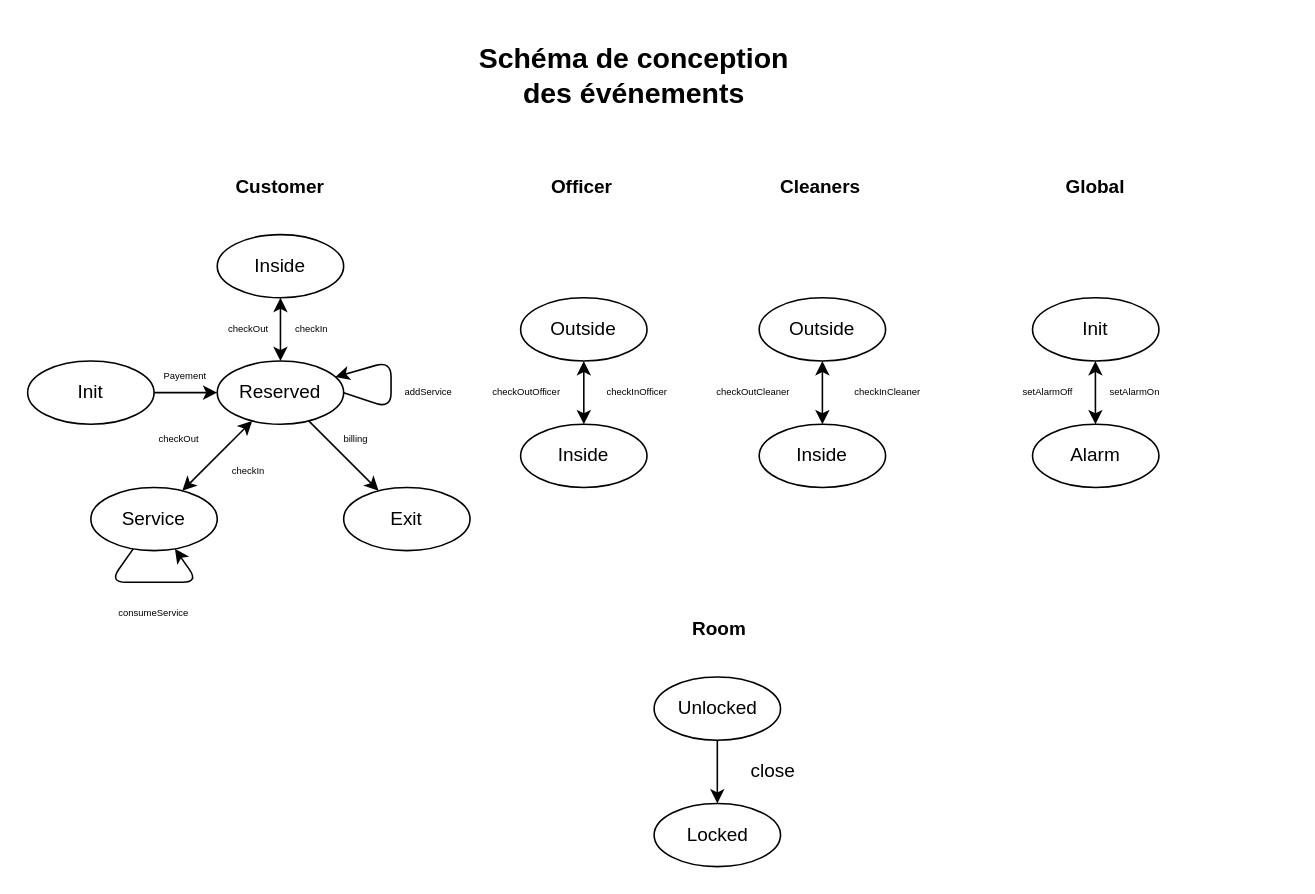
Above: doc/conception/events.drawio in Reynault/MOSOS-Subject-3 (draw.io), before the change. Source tidied: cells renumbered, new cells numbered last; positions are measured from the earlier drawing's top-left corner, leaving out a move shared by most shapes. Both pictures are drawn from the tidied source at 158%, with x=0, y=0 at pixel (27, 60).
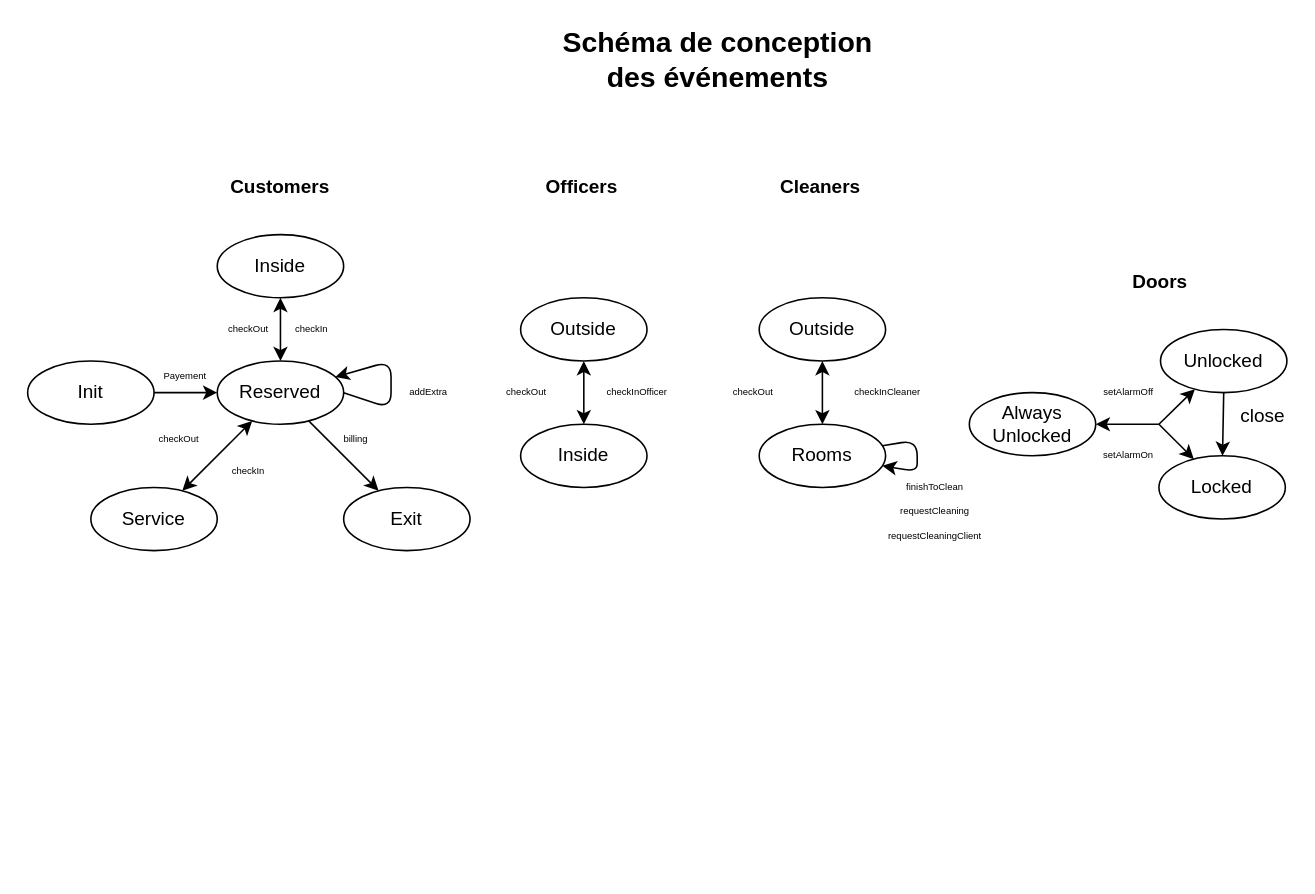
The same diagram, later.

The change refers to these unchanged cells:
```xml
<mxCell id="11" value="Service" style="ellipse;whiteSpace=wrap;html=1;" parent="1" vertex="1">
  <mxGeometry x="40" y="270" width="80" height="40" as="geometry" />
</mxCell>
<mxCell id="31" value="Outside" style="ellipse;whiteSpace=wrap;html=1;" parent="1" vertex="1">
  <mxGeometry x="463" y="150" width="80" height="40" as="geometry" />
</mxCell>
```

Change to the diagram source:
```diff
@@
     <mxCell id="3" value="Schéma de conception des événements" style="text;html=1;strokeColor=none;fillColor=none;align=center;verticalAlign=middle;whiteSpace=wrap;rounded=0;fontSize=18;fontStyle=1;" parent="1" vertex="1">
-      <mxGeometry x="274" width="220" height="20" as="geometry" />
+      <mxGeometry x="327" y="-10" width="220" height="20" as="geometry" />
     </mxCell>
@@
-    <mxCell id="15" style="endArrow=classic;html=1;fontSize=18;" parent="1" edge="1" source="11" target="11">
-      <mxGeometry relative="1" as="geometry">
-        <Array as="points">
-          <mxPoint x="52" y="330" />
-          <mxPoint x="108" y="330" />
-        </Array>
-      </mxGeometry>
-    </mxCell>
-    <mxCell id="16" value="&lt;font style=&quot;font-size: 6px;&quot;&gt;consumeService&lt;/font&gt;" style="text;html=1;strokeColor=none;fillColor=none;align=center;verticalAlign=middle;whiteSpace=wrap;rounded=0;fontSize=6;" parent="1" vertex="1">
-      <mxGeometry x="56" y="340" width="48" height="20" as="geometry" />
-    </mxCell>
@@
-    <mxCell id="21" value="addService" style="text;html=1;strokeColor=none;fillColor=none;align=center;verticalAlign=middle;whiteSpace=wrap;rounded=0;fontSize=6;" parent="1" vertex="1">
+    <mxCell id="21" value="addExtra" style="text;html=1;strokeColor=none;fillColor=none;align=center;verticalAlign=middle;whiteSpace=wrap;rounded=0;fontSize=6;" parent="1" vertex="1">
       <mxGeometry x="234" y="200" width="40" height="20" as="geometry" />
     </mxCell>
-    <mxCell id="22" value="&lt;font style=&quot;font-size: 12px&quot;&gt;&lt;b&gt;Customer&lt;/b&gt;&lt;/font&gt;" style="text;html=1;strokeColor=none;fillColor=none;align=center;verticalAlign=middle;whiteSpace=wrap;rounded=0;fontSize=6;" parent="1" vertex="1">
+    <mxCell id="22" value="&lt;font style=&quot;font-size: 12px&quot;&gt;&lt;b&gt;Customers&lt;/b&gt;&lt;/font&gt;" style="text;html=1;strokeColor=none;fillColor=none;align=center;verticalAlign=middle;whiteSpace=wrap;rounded=0;fontSize=6;" parent="1" vertex="1">
       <mxGeometry x="120" y="70" width="80" height="20" as="geometry" />
     </mxCell>
-    <mxCell id="23" value="&lt;font style=&quot;font-size: 12px&quot;&gt;&lt;b&gt;Officer&lt;/b&gt;&lt;/font&gt;" style="text;html=1;strokeColor=none;fillColor=none;align=center;verticalAlign=middle;whiteSpace=wrap;rounded=0;fontSize=6;" parent="1" vertex="1">
+    <mxCell id="23" value="&lt;font style=&quot;font-size: 12px&quot;&gt;&lt;b&gt;Officers&lt;/b&gt;&lt;/font&gt;" style="text;html=1;strokeColor=none;fillColor=none;align=center;verticalAlign=middle;whiteSpace=wrap;rounded=0;fontSize=6;" parent="1" vertex="1">
       <mxGeometry x="326" y="70" width="50" height="20" as="geometry" />
     </mxCell>
@@
-    <mxCell id="25" value="&lt;font style=&quot;font-size: 12px&quot;&gt;&lt;b&gt;Global&lt;/b&gt;&lt;/font&gt;" style="text;html=1;strokeColor=none;fillColor=none;align=center;verticalAlign=middle;whiteSpace=wrap;rounded=0;fontSize=6;" parent="1" vertex="1">
-      <mxGeometry x="636" y="70" width="80" height="20" as="geometry" />
-    </mxCell>
@@
-    <mxCell id="30" value="&lt;font style=&quot;font-size: 6px&quot;&gt;checkOutOfficer&lt;/font&gt;" style="text;html=1;strokeColor=none;fillColor=none;align=center;verticalAlign=middle;whiteSpace=wrap;rounded=0;fontSize=6;" parent="1" vertex="1">
+    <mxCell id="30" value="&lt;font style=&quot;font-size: 6px&quot;&gt;checkOut&lt;/font&gt;" style="text;html=1;strokeColor=none;fillColor=none;align=center;verticalAlign=middle;whiteSpace=wrap;rounded=0;fontSize=6;" parent="1" vertex="1">
       <mxGeometry x="296" y="200" width="40" height="20" as="geometry" />
     </mxCell>
@@
-    <mxCell id="32" value="Inside" style="ellipse;whiteSpace=wrap;html=1;" parent="1" vertex="1">
+    <mxCell id="32" value="Rooms" style="ellipse;whiteSpace=wrap;html=1;" parent="1" vertex="1">
       <mxGeometry x="463" y="230" width="80" height="40" as="geometry" />
     </mxCell>
-    <mxCell id="33" style="endArrow=classic;html=1;fontSize=18;startArrow=classic;startFill=1;" parent="1" edge="1" source="31" target="32">
+    <mxCell id="33" style="endArrow=classic;html=1;fontSize=18;startArrow=classic;startFill=1;fontStyle=1;" parent="1" edge="1" source="31" target="32">
       <mxGeometry relative="1" as="geometry" />
     </mxCell>
@@
-    <mxCell id="35" value="&lt;font style=&quot;font-size: 6px&quot;&gt;checkOutCleaner&lt;/font&gt;" style="text;html=1;strokeColor=none;fillColor=none;align=center;verticalAlign=middle;whiteSpace=wrap;rounded=0;fontSize=6;" parent="1" vertex="1">
+    <mxCell id="35" value="&lt;font style=&quot;font-size: 6px&quot;&gt;checkOut&lt;/font&gt;" style="text;html=1;strokeColor=none;fillColor=none;align=center;verticalAlign=middle;whiteSpace=wrap;rounded=0;fontSize=6;" parent="1" vertex="1">
       <mxGeometry x="432" y="200" width="55" height="20" as="geometry" />
     </mxCell>
-    <mxCell id="36" value="Init" style="ellipse;whiteSpace=wrap;html=1;" parent="1" vertex="1">
-      <mxGeometry x="636" y="150" width="80" height="40" as="geometry" />
-    </mxCell>
-    <mxCell id="37" style="endArrow=classic;html=1;fontSize=18;startArrow=classic;startFill=1;" parent="1" edge="1">
-      <mxGeometry relative="1" as="geometry">
-        <mxPoint x="675.8" y="190" as="sourcePoint" />
-        <mxPoint x="675.8" y="230" as="targetPoint" />
-      </mxGeometry>
-    </mxCell>
-    <mxCell id="38" value="Alarm" style="ellipse;whiteSpace=wrap;html=1;" parent="1" vertex="1">
-      <mxGeometry x="636" y="230" width="80" height="40" as="geometry" />
-    </mxCell>
     <mxCell id="39" value="&lt;font style=&quot;font-size: 6px&quot;&gt;setAlarmOff&lt;/font&gt;" style="text;html=1;strokeColor=none;fillColor=none;align=center;verticalAlign=middle;whiteSpace=wrap;rounded=0;fontSize=6;" parent="1" vertex="1">
-      <mxGeometry x="626" y="200" width="40" height="20" as="geometry" />
+      <mxGeometry x="677" y="200" width="40" height="20" as="geometry" />
     </mxCell>
     <mxCell id="40" value="&lt;font style=&quot;font-size: 6px&quot;&gt;setAlarmOn&lt;/font&gt;" style="text;html=1;strokeColor=none;fillColor=none;align=center;verticalAlign=middle;whiteSpace=wrap;rounded=0;fontSize=6;" parent="1" vertex="1">
-      <mxGeometry x="686" y="200" width="30" height="20" as="geometry" />
+      <mxGeometry x="682" y="240" width="30" height="20" as="geometry" />
     </mxCell>
-    <mxCell id="41" value="&lt;font style=&quot;font-size: 12px&quot;&gt;&lt;b&gt;Room&lt;/b&gt;&lt;/font&gt;" style="text;html=1;strokeColor=none;fillColor=none;align=center;verticalAlign=middle;whiteSpace=wrap;rounded=0;fontSize=6;" parent="1" vertex="1">
-      <mxGeometry x="413" y="350" width="50" height="20" as="geometry" />
+    <mxCell id="41" value="&lt;font style=&quot;font-size: 12px&quot;&gt;&lt;b&gt;Doors&lt;/b&gt;&lt;/font&gt;" style="text;html=1;strokeColor=none;fillColor=none;align=center;verticalAlign=middle;whiteSpace=wrap;rounded=0;fontSize=6;" parent="1" vertex="1">
+      <mxGeometry x="692" y="130" width="50" height="20" as="geometry" />
     </mxCell>
     <mxCell id="42" value="Locked" style="ellipse;whiteSpace=wrap;html=1;" parent="1" vertex="1">
-      <mxGeometry x="396.5" y="470" width="80" height="40" as="geometry" />
+      <mxGeometry x="716" y="250" width="80" height="40" as="geometry" />
     </mxCell>
     <mxCell id="43" value="Unlocked" style="ellipse;whiteSpace=wrap;html=1;" parent="1" vertex="1">
-      <mxGeometry x="396.5" y="390" width="80" height="40" as="geometry" />
+      <mxGeometry x="717" y="170" width="80" height="40" as="geometry" />
     </mxCell>
@@
     <mxCell id="45" value="close" style="text;html=1;strokeColor=none;fillColor=none;align=center;verticalAlign=middle;whiteSpace=wrap;rounded=0;" parent="1" vertex="1">
-      <mxGeometry x="451.9" y="440" width="40" height="20" as="geometry" />
+      <mxGeometry x="767" y="220" width="30" height="10" as="geometry" />
     </mxCell>
+    <mxCell id="46" value="Always Unlocked" style="ellipse;whiteSpace=wrap;html=1;" parent="1" vertex="1">
+      <mxGeometry x="596" y="210" width="80" height="40" as="geometry" />
+    </mxCell>
+    <mxCell id="47" style="endArrow=classic;html=1;" parent="1" edge="1" target="46">
+      <mxGeometry relative="1" as="geometry">
+        <mxPoint x="716" y="230" as="sourcePoint" />
+      </mxGeometry>
+    </mxCell>
+    <mxCell id="48" style="endArrow=classic;html=1;" parent="1" edge="1" target="43">
+      <mxGeometry relative="1" as="geometry">
+        <mxPoint x="716" y="230" as="sourcePoint" />
+      </mxGeometry>
+    </mxCell>
+    <mxCell id="49" style="endArrow=classic;html=1;" parent="1" edge="1" target="42">
+      <mxGeometry relative="1" as="geometry">
+        <mxPoint x="716" y="230" as="sourcePoint" />
+      </mxGeometry>
+    </mxCell>
+    <mxCell id="50" style="endArrow=classic;html=1;fontSize=18;startArrow=none;startFill=0;" parent="1" edge="1" source="32" target="32">
+      <mxGeometry relative="1" as="geometry" />
+    </mxCell>
+    <mxCell id="51" value="&lt;font style=&quot;font-size: 6px&quot;&gt;finishToClean&lt;/font&gt;" style="text;html=1;strokeColor=none;fillColor=none;align=center;verticalAlign=middle;whiteSpace=wrap;rounded=0;fontSize=6;" parent="1" vertex="1">
+      <mxGeometry x="547" y="265" width="55" height="10" as="geometry" />
+    </mxCell>
+    <mxCell id="52" value="&lt;font style=&quot;font-size: 6px&quot;&gt;requestCleaning&lt;/font&gt;" style="text;html=1;strokeColor=none;fillColor=none;align=center;verticalAlign=middle;whiteSpace=wrap;rounded=0;fontSize=6;" parent="1" vertex="1">
+      <mxGeometry x="547" y="280" width="55" height="10" as="geometry" />
+    </mxCell>
+    <mxCell id="53" value="&lt;font style=&quot;font-size: 6px&quot;&gt;requestCleaningClient&lt;/font&gt;" style="text;html=1;strokeColor=none;fillColor=none;align=center;verticalAlign=middle;whiteSpace=wrap;rounded=0;fontSize=6;" parent="1" vertex="1">
+      <mxGeometry x="547" y="296" width="55" height="10" as="geometry" />
+    </mxCell>
```
